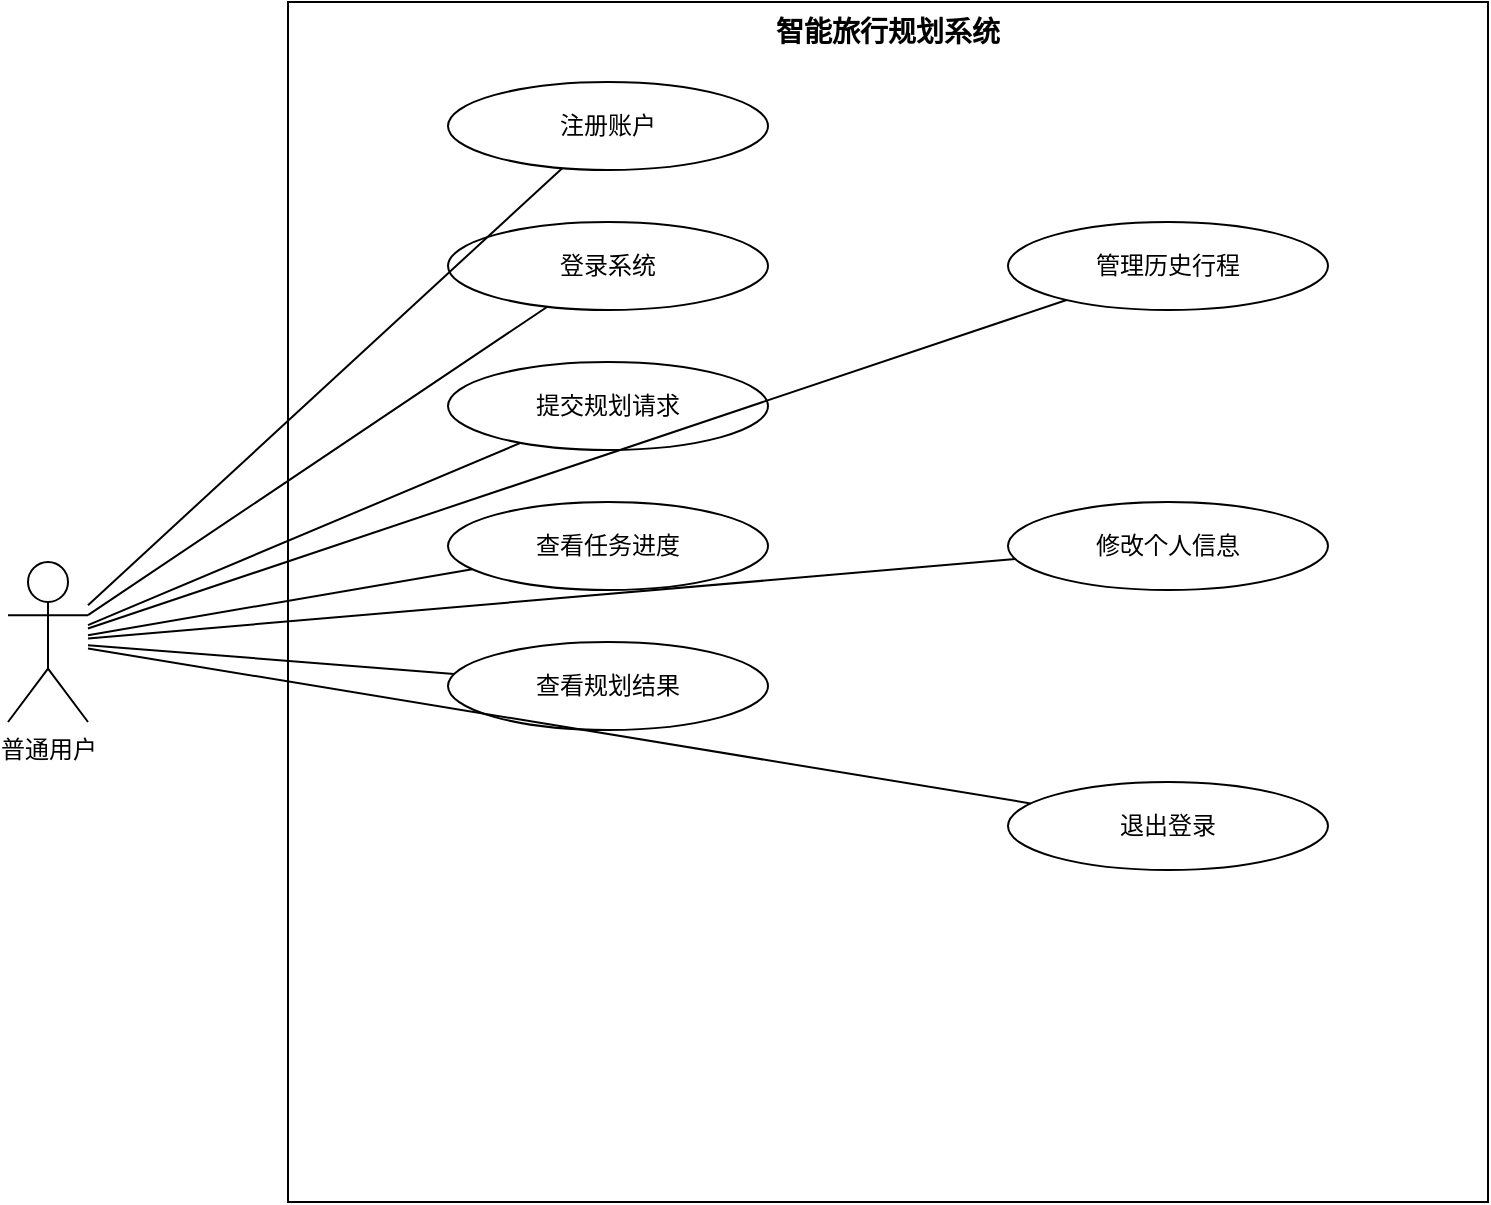
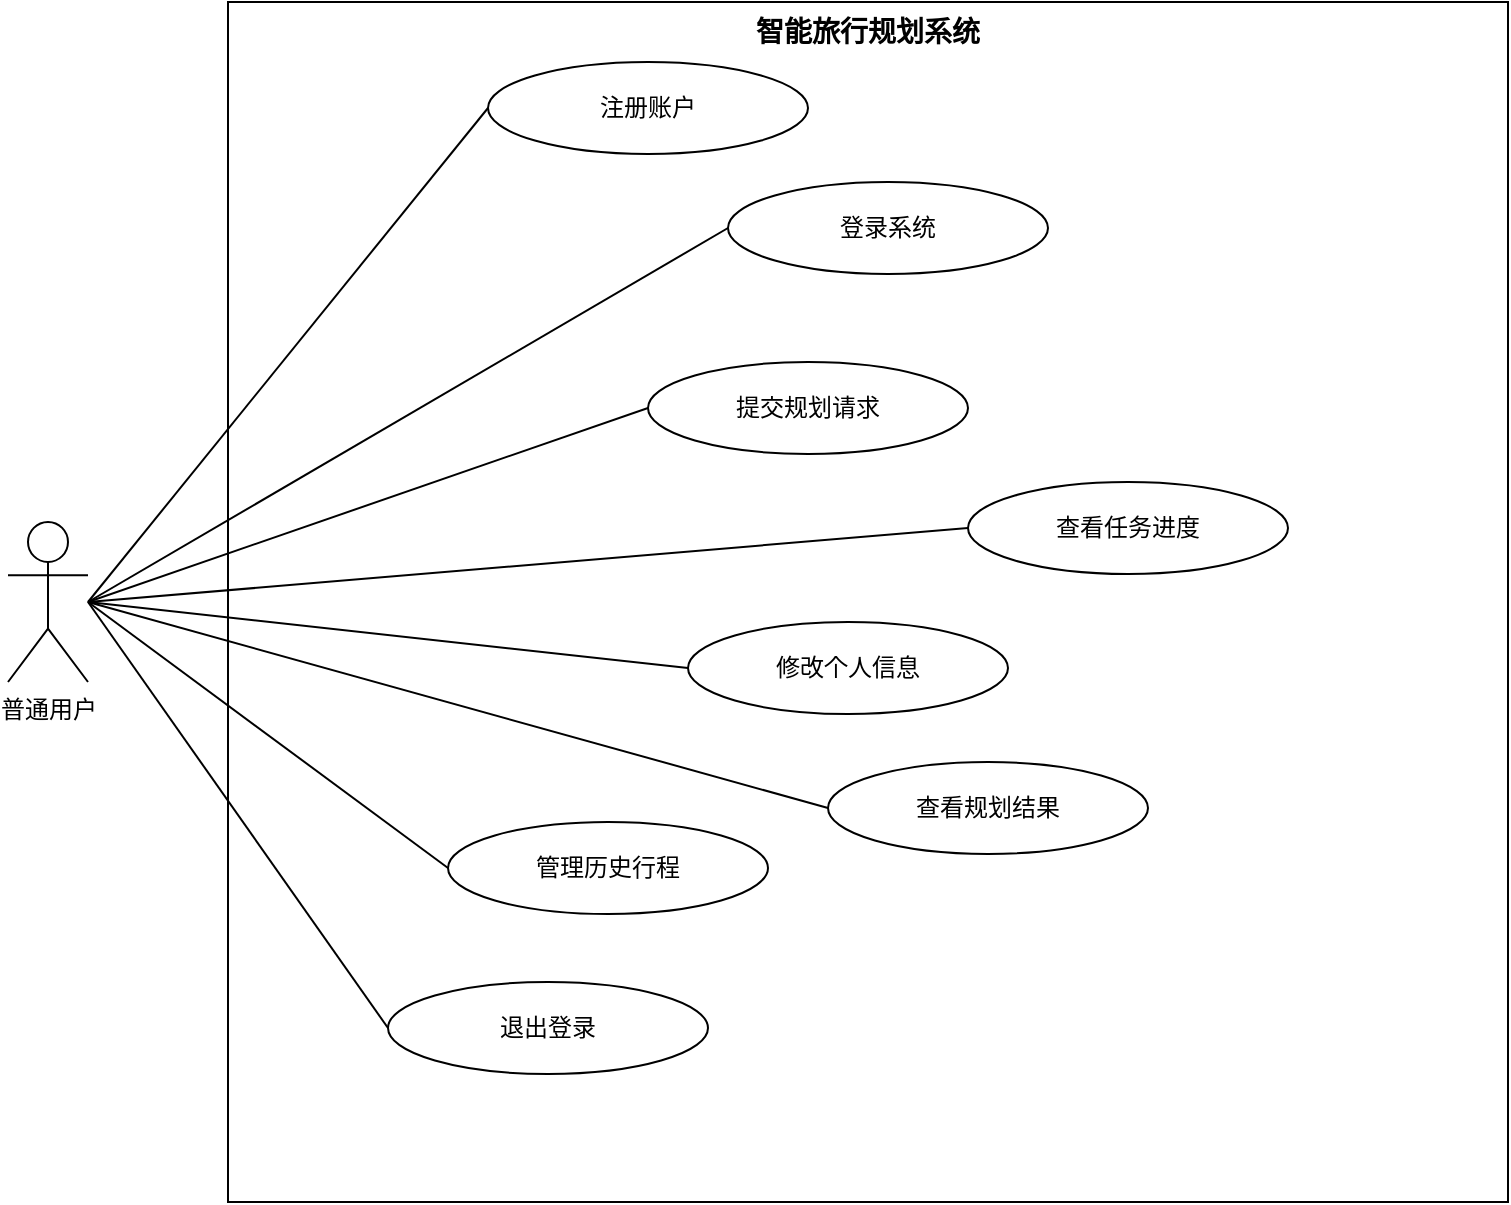
- <mxfile host="app.diagrams.net" type="device">
+ <mxfile host="app.diagrams.net">
  <diagram name="普通用户用例图" id="ucUser">
-     <mxGraphModel dx="900" dy="700" grid="1" gridSize="10" guides="1" tooltips="1" connect="1" arrows="1" fold="1" page="1" pageScale="1" pageWidth="900" pageHeight="700" math="0" shadow="0">
+     <mxGraphModel dx="983" dy="628" grid="1" gridSize="10" guides="1" tooltips="1" connect="1" arrows="1" fold="1" page="1" pageScale="1" pageWidth="900" pageHeight="700" math="0" shadow="0">
      <root>
-         <mxCell id="0"/>
-         <mxCell id="1" parent="0"/>
-         <mxCell id="sys" value="智能旅行规划系统" style="rounded=0;whiteSpace=wrap;html=1;fillColor=none;strokeColor=#000000;verticalAlign=top;fontSize=14;fontStyle=1" vertex="1" parent="1"><mxGeometry x="240" y="40" width="600" height="600" as="geometry"/></mxCell>
-         <mxCell id="actor" value="普通用户" style="shape=umlActor;verticalLabelPosition=bottom;labelBackgroundColor=#ffffff;verticalAlign=top;html=1;outlineConnect=0;fontSize=12;" vertex="1" parent="1"><mxGeometry x="100" y="320" width="40" height="80" as="geometry"/></mxCell>
-         <mxCell id="u1" value="注册账户" style="ellipse;whiteSpace=wrap;html=1;fontSize=12;" vertex="1" parent="1"><mxGeometry x="320" y="80" width="160" height="44" as="geometry"/></mxCell>
-         <mxCell id="u2" value="登录系统" style="ellipse;whiteSpace=wrap;html=1;fontSize=12;" vertex="1" parent="1"><mxGeometry x="320" y="150" width="160" height="44" as="geometry"/></mxCell>
-         <mxCell id="u3" value="提交规划请求" style="ellipse;whiteSpace=wrap;html=1;fontSize=12;" vertex="1" parent="1"><mxGeometry x="320" y="220" width="160" height="44" as="geometry"/></mxCell>
-         <mxCell id="u4" value="查看任务进度" style="ellipse;whiteSpace=wrap;html=1;fontSize=12;" vertex="1" parent="1"><mxGeometry x="320" y="290" width="160" height="44" as="geometry"/></mxCell>
-         <mxCell id="u5" value="查看规划结果" style="ellipse;whiteSpace=wrap;html=1;fontSize=12;" vertex="1" parent="1"><mxGeometry x="320" y="360" width="160" height="44" as="geometry"/></mxCell>
-         <mxCell id="u6" value="管理历史行程" style="ellipse;whiteSpace=wrap;html=1;fontSize=12;" vertex="1" parent="1"><mxGeometry x="600" y="150" width="160" height="44" as="geometry"/></mxCell>
-         <mxCell id="u7" value="修改个人信息" style="ellipse;whiteSpace=wrap;html=1;fontSize=12;" vertex="1" parent="1"><mxGeometry x="600" y="290" width="160" height="44" as="geometry"/></mxCell>
-         <mxCell id="u8" value="退出登录" style="ellipse;whiteSpace=wrap;html=1;fontSize=12;" vertex="1" parent="1"><mxGeometry x="600" y="430" width="160" height="44" as="geometry"/></mxCell>
-         <mxCell id="e1" style="endArrow=none;html=1;" edge="1" parent="1" source="actor" target="u1"><mxGeometry relative="1" as="geometry"/></mxCell>
-         <mxCell id="e2" style="endArrow=none;html=1;" edge="1" parent="1" source="actor" target="u2"><mxGeometry relative="1" as="geometry"/></mxCell>
-         <mxCell id="e3" style="endArrow=none;html=1;" edge="1" parent="1" source="actor" target="u3"><mxGeometry relative="1" as="geometry"/></mxCell>
-         <mxCell id="e4" style="endArrow=none;html=1;" edge="1" parent="1" source="actor" target="u4"><mxGeometry relative="1" as="geometry"/></mxCell>
-         <mxCell id="e5" style="endArrow=none;html=1;" edge="1" parent="1" source="actor" target="u5"><mxGeometry relative="1" as="geometry"/></mxCell>
-         <mxCell id="e6" style="endArrow=none;html=1;" edge="1" parent="1" source="actor" target="u6"><mxGeometry relative="1" as="geometry"/></mxCell>
-         <mxCell id="e7" style="endArrow=none;html=1;" edge="1" parent="1" source="actor" target="u7"><mxGeometry relative="1" as="geometry"/></mxCell>
-         <mxCell id="e8" style="endArrow=none;html=1;" edge="1" parent="1" source="actor" target="u8"><mxGeometry relative="1" as="geometry"/></mxCell>
+         <mxCell id="0" />
+         <mxCell id="1" parent="0" />
+         <mxCell id="sys" parent="1" style="rounded=0;whiteSpace=wrap;html=1;fillColor=none;strokeColor=#000000;verticalAlign=top;fontSize=14;fontStyle=1" value="智能旅行规划系统" vertex="1">
+           <mxGeometry height="600" width="640" x="190" y="40" as="geometry" />
+         </mxCell>
+         <mxCell id="actor" parent="1" style="shape=umlActor;verticalLabelPosition=bottom;labelBackgroundColor=#ffffff;verticalAlign=top;html=1;outlineConnect=0;fontSize=12;" value="普通用户" vertex="1">
+           <mxGeometry height="80" width="40" x="80" y="300" as="geometry" />
+         </mxCell>
+         <mxCell id="u1" parent="1" style="ellipse;whiteSpace=wrap;html=1;fontSize=12;" value="注册账户" vertex="1">
+           <mxGeometry height="46" width="160" x="320" y="70" as="geometry" />
+         </mxCell>
+         <mxCell id="u2" parent="1" style="ellipse;whiteSpace=wrap;html=1;fontSize=12;" value="登录系统" vertex="1">
+           <mxGeometry height="46" width="160" x="440" y="130" as="geometry" />
+         </mxCell>
+         <mxCell id="u3" parent="1" style="ellipse;whiteSpace=wrap;html=1;fontSize=12;" value="修改个人信息" vertex="1">
+           <mxGeometry height="46" width="160" x="420" y="350" as="geometry" />
+         </mxCell>
+         <mxCell id="u4" parent="1" style="ellipse;whiteSpace=wrap;html=1;fontSize=12;" value="退出登录" vertex="1">
+           <mxGeometry height="46" width="160" x="270" y="530" as="geometry" />
+         </mxCell>
+         <mxCell id="u5" parent="1" style="ellipse;whiteSpace=wrap;html=1;fontSize=12;" value="提交规划请求" vertex="1">
+           <mxGeometry height="46" width="160" x="400" y="220" as="geometry" />
+         </mxCell>
+         <mxCell id="u6" parent="1" style="ellipse;whiteSpace=wrap;html=1;fontSize=12;" value="查看任务进度" vertex="1">
+           <mxGeometry height="46" width="160" x="560" y="280" as="geometry" />
+         </mxCell>
+         <mxCell id="u7" parent="1" style="ellipse;whiteSpace=wrap;html=1;fontSize=12;" value="查看规划结果" vertex="1">
+           <mxGeometry height="46" width="160" x="490" y="420" as="geometry" />
+         </mxCell>
+         <mxCell id="u8" parent="1" style="ellipse;whiteSpace=wrap;html=1;fontSize=12;" value="管理历史行程" vertex="1">
+           <mxGeometry height="46" width="160" x="300" y="450" as="geometry" />
+         </mxCell>
+         <mxCell id="e1" edge="1" parent="1" source="actor" style="endArrow=none;html=1;exitX=1;exitY=0.5;exitDx=0;exitDy=0;entryX=0;entryY=0.5;entryDx=0;entryDy=0;" target="u1">
+           <mxGeometry relative="1" as="geometry" />
+         </mxCell>
+         <mxCell id="e2" edge="1" parent="1" source="actor" style="endArrow=none;html=1;exitX=1;exitY=0.5;exitDx=0;exitDy=0;entryX=0;entryY=0.5;entryDx=0;entryDy=0;" target="u2">
+           <mxGeometry relative="1" as="geometry" />
+         </mxCell>
+         <mxCell id="e3" edge="1" parent="1" source="actor" style="endArrow=none;html=1;exitX=1;exitY=0.5;exitDx=0;exitDy=0;entryX=0;entryY=0.5;entryDx=0;entryDy=0;" target="u3">
+           <mxGeometry relative="1" as="geometry" />
+         </mxCell>
+         <mxCell id="e4" edge="1" parent="1" source="actor" style="endArrow=none;html=1;exitX=1;exitY=0.5;exitDx=0;exitDy=0;entryX=0;entryY=0.5;entryDx=0;entryDy=0;" target="u4">
+           <mxGeometry relative="1" as="geometry" />
+         </mxCell>
+         <mxCell id="e5" edge="1" parent="1" source="actor" style="endArrow=none;html=1;exitX=1;exitY=0.5;exitDx=0;exitDy=0;entryX=0;entryY=0.5;entryDx=0;entryDy=0;" target="u5">
+           <mxGeometry relative="1" as="geometry" />
+         </mxCell>
+         <mxCell id="e6" edge="1" parent="1" source="actor" style="endArrow=none;html=1;exitX=1;exitY=0.5;exitDx=0;exitDy=0;entryX=0;entryY=0.5;entryDx=0;entryDy=0;" target="u6">
+           <mxGeometry relative="1" as="geometry" />
+         </mxCell>
+         <mxCell id="e7" edge="1" parent="1" source="actor" style="endArrow=none;html=1;exitX=1;exitY=0.5;exitDx=0;exitDy=0;entryX=0;entryY=0.5;entryDx=0;entryDy=0;" target="u7">
+           <mxGeometry relative="1" as="geometry" />
+         </mxCell>
+         <mxCell id="e8" edge="1" parent="1" source="actor" style="endArrow=none;html=1;exitX=1;exitY=0.5;exitDx=0;exitDy=0;entryX=0;entryY=0.5;entryDx=0;entryDy=0;" target="u8">
+           <mxGeometry relative="1" as="geometry" />
+         </mxCell>
      </root>
    </mxGraphModel>
  </diagram>
</mxfile>
